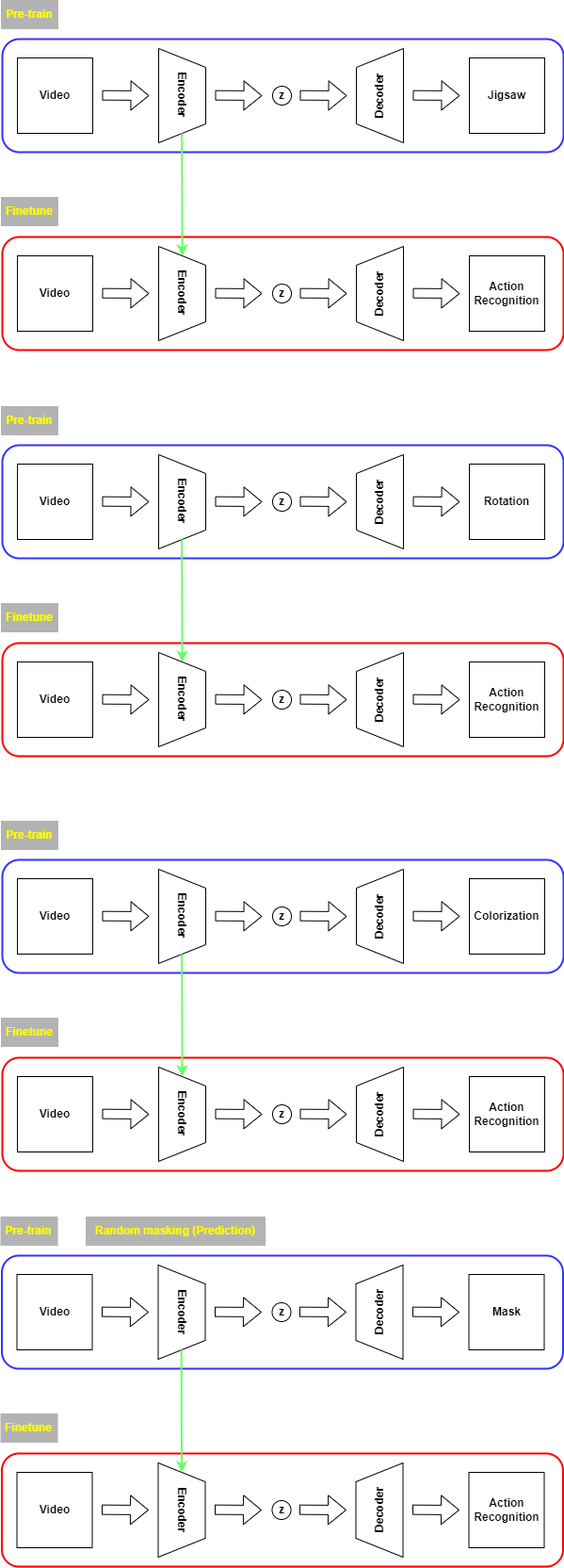
The draw.io diagram explain using only draw.png in Kyoungrae-Noh/Self-Supervised-Learning, before a commit. Source tidied: cells renumbered, new cells last; positions are measured from the earlier drawing's top-left corner, leaving out a move shared by most shapes.
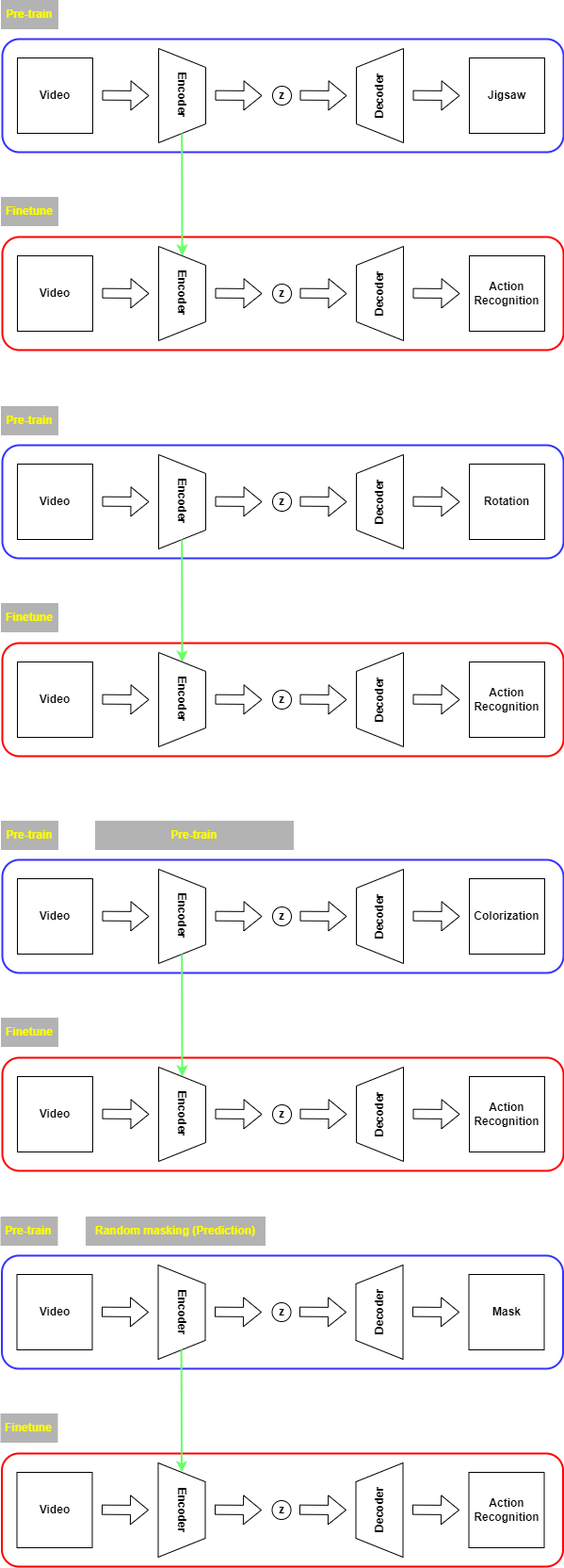
The same file after the commit.

Change to the diagram source:
```diff
@@ -385,5 +385,8 @@
     <mxCell id="94" value="&lt;font color=&quot;#ffff00&quot;&gt;&lt;b&gt;Random masking (Prediction)&lt;/b&gt;&lt;/font&gt;" style="rounded=0;whiteSpace=wrap;html=1;fillColor=#B3B3B3;strokeColor=#B3B3B3;" parent="1" vertex="1">
       <mxGeometry x="90" y="1291" width="190" height="30" as="geometry" />
     </mxCell>
+    <mxCell id="95" value="&lt;b&gt;&lt;font color=&quot;#ffff00&quot;&gt;Pre-train&lt;/font&gt;&lt;/b&gt;" style="rounded=0;whiteSpace=wrap;html=1;fillColor=#B3B3B3;strokeColor=#B3B3B3;" parent="1" vertex="1">
+      <mxGeometry x="100" y="871" width="210" height="30" as="geometry" />
+    </mxCell>
   </root>
 </mxGraphModel>
```
